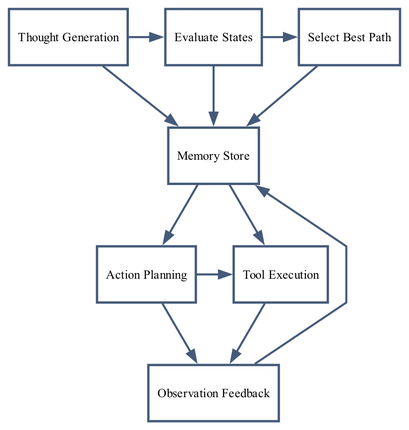
Before: assets/diagram_tot_agent.png, a diagram exported from Graphviz (quiznat/tot-hf-survey-artifacts). Its source is kept beside it as assets/diagram_tot_agent.dot.
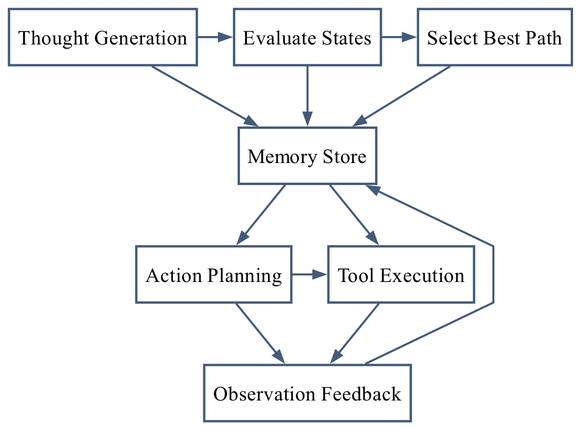
After the commit.

The edit, as a diff of the source:
```diff
@@ -1,7 +1,7 @@
 digraph G {
   graph [bgcolor="#ffffff", pad="0.06", nodesep="0.34", ranksep="0.50", splines="polyline", fontname="Times-Roman", fontcolor="#162130", margin="0.02", rankdir="TB", ranksep="0.56"];
-  node [shape="box", style="filled", fillcolor="#ffffff", color="#445a79", penwidth="1.5", fontname="Times-Roman", fontsize="8", margin="0.08,0.06"];
-  edge [color="#445a79", penwidth="1.3", arrowsize="0.70", fontname="Times-Roman", fontsize="8", fontcolor="#162130"];
+  node [shape="box", style="filled", fillcolor="#ffffff", color="#445a79", penwidth="1.5", fontname="Times-Roman", fontsize="13", margin="0.08,0.06"];
+  edge [color="#445a79", penwidth="1.3", arrowsize="0.70", fontname="Times-Roman", fontsize="11", fontcolor="#162130"];
 
   thought [label="Thought Generation"];
   evaluate [label="Evaluate States"];
```
